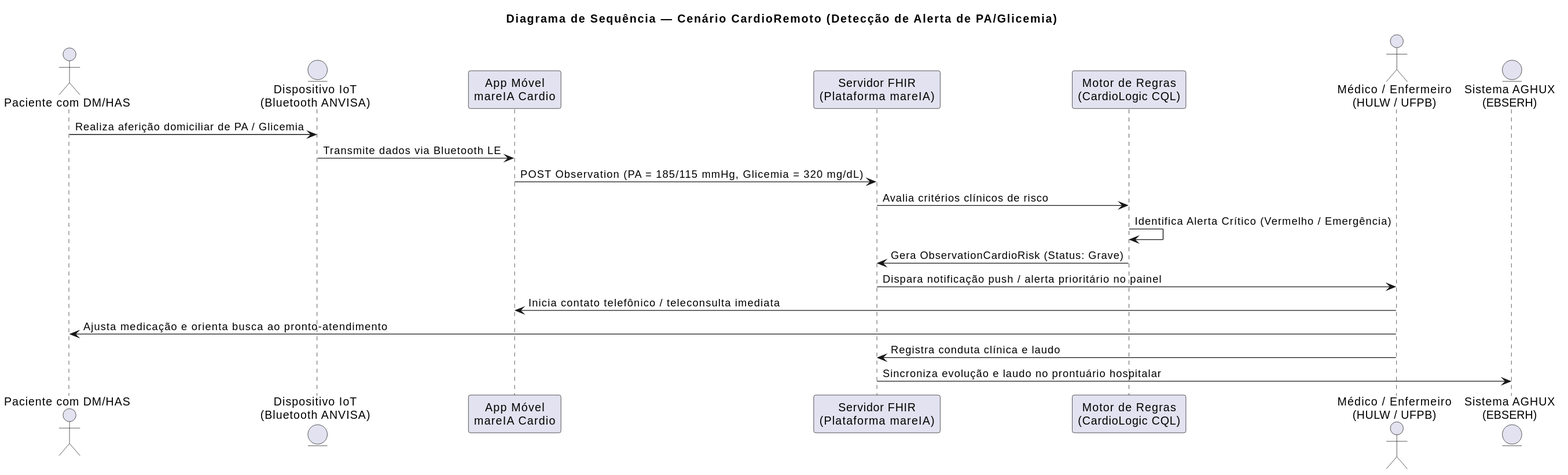
Earlier version of the PlantUML export input/images/scenario-sequence-cardio.svg (brunovitorp/mareIA-ig).
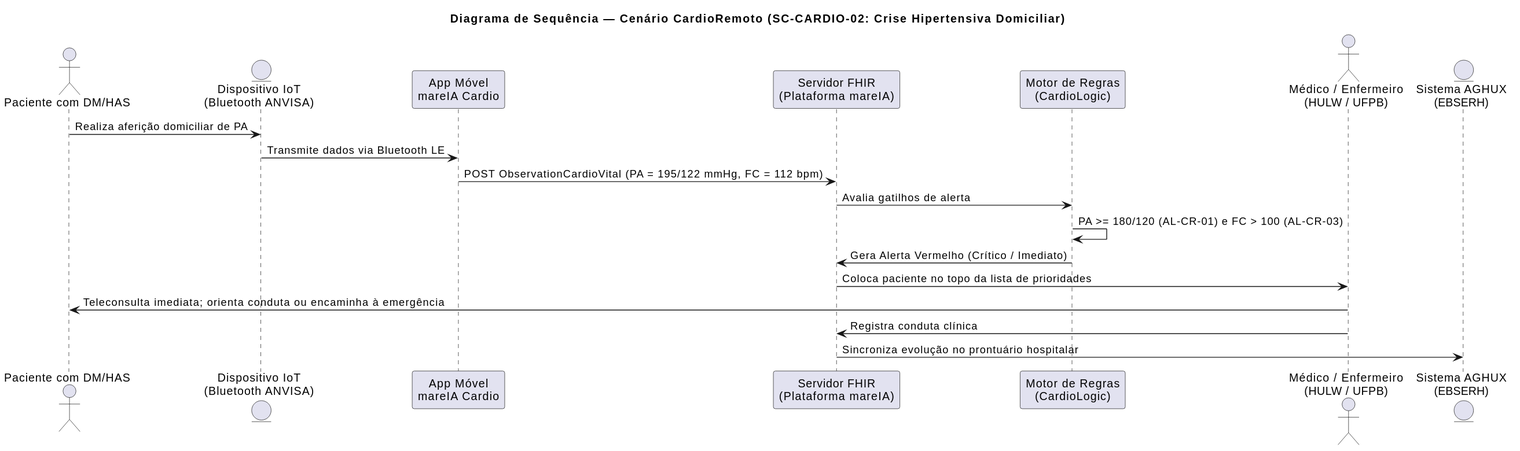
The same file after the commit.

Change to the diagram source:
```diff
@@ -1,5 +1,5 @@
 @startuml
-title Diagrama de Sequência — Cenário CardioRemoto (Detecção de Alerta de PA/Glicemia)
+title Diagrama de Sequência — Cenário CardioRemoto (SC-CARDIO-02: Crise Hipertensiva Domiciliar)
 skinparam shadowing false
 skinparam defaultFontName Helvetica
 
@@ -7,19 +7,18 @@
 entity "Dispositivo IoT\n(Bluetooth ANVISA)" as IoT
 participant "App Móvel\nmareIA Cardio" as App
 participant "Servidor FHIR\n(Plataforma mareIA)" as FHIR
-participant "Motor de Regras\n(CardioLogic CQL)" as Engine
+participant "Motor de Regras\n(CardioLogic)" as Engine
 actor "Médico / Enfermeiro\n(HULW / UFPB)" as Medico
 entity "Sistema AGHUX\n(EBSERH)" as AGHUX
 
-Paciente -> IoT: Realiza aferição domiciliar de PA / Glicemia
+Paciente -> IoT: Realiza aferição domiciliar de PA
 IoT -> App: Transmite dados via Bluetooth LE
-App -> FHIR: POST Observation (PA = 185/115 mmHg, Glicemia = 320 mg/dL)
-FHIR -> Engine: Avalia critérios clínicos de risco
-Engine -> Engine: Identifica Alerta Crítico (Vermelho / Emergência)
-Engine -> FHIR: Gera ObservationCardioRisk (Status: Grave)
-FHIR -> Medico: Dispara notificação push / alerta prioritário no painel
-Medico -> App: Inicia contato telefônico / teleconsulta imediata
-Medico -> Paciente: Ajusta medicação e orienta busca ao pronto-atendimento
-Medico -> FHIR: Registra conduta clínica e laudo
-FHIR -> AGHUX: Sincroniza evolução e laudo no prontuário hospitalar
+App -> FHIR: POST ObservationCardioVital (PA = 195/122 mmHg, FC = 112 bpm)
+FHIR -> Engine: Avalia gatilhos de alerta
+Engine -> Engine: PA >= 180/120 (AL-CR-01) e FC > 100 (AL-CR-03)
+Engine -> FHIR: Gera Alerta Vermelho (Crítico / Imediato)
+FHIR -> Medico: Coloca paciente no topo da lista de prioridades
+Medico -> Paciente: Teleconsulta imediata; orienta conduta ou encaminha à emergência
+Medico -> FHIR: Registra conduta clínica
+FHIR -> AGHUX: Sincroniza evolução no prontuário hospitalar
 @enduml
```
